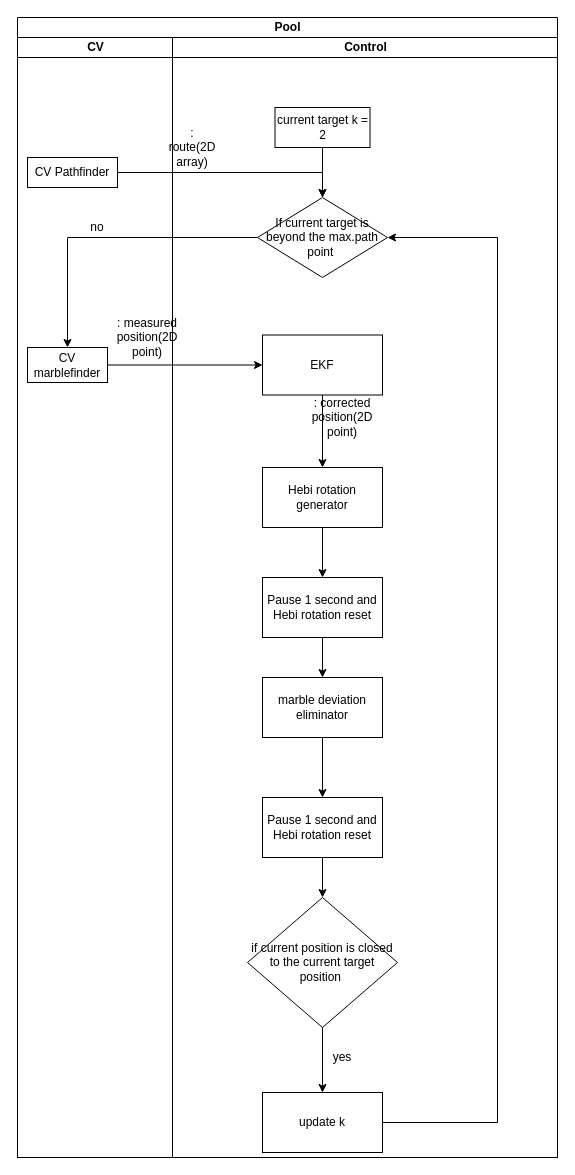
Above: projekt.drawio in linexc/HebiLabyrinthSolver (draw.io), before the change. Source tidied: cells renumbered, new cells numbered last; positions are measured from the earlier drawing's top-left corner, leaving out a move shared by most shapes. Both pictures are drawn from the tidied source at 100%, with x=0, y=0 at pixel (17, 17).
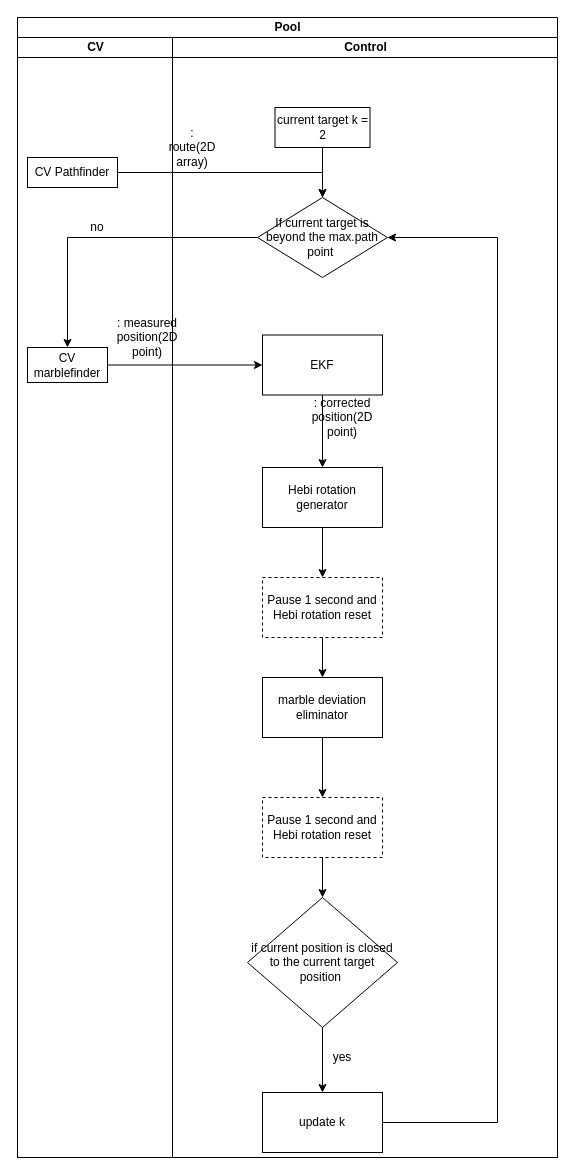
The same diagram, later.

Unchanged cells that the change refers to:
```xml
<mxCell id="8" value="Control" style="swimlane;html=1;startSize=20;" parent="2" vertex="1">
  <mxGeometry x="155" y="20" width="385" height="1120" as="geometry" />
</mxCell>
```

What changed in the source:
```diff
@@
-    <mxCell id="13" value="Pause 1 second and Hebi rotation reset" style="rounded=0;whiteSpace=wrap;html=1;" parent="8" vertex="1">
+    <mxCell id="13" value="Pause 1 second and Hebi rotation reset" style="rounded=0;whiteSpace=wrap;html=1;dashed=1;" parent="8" vertex="1">
       <mxGeometry x="90" y="760" width="120" height="60" as="geometry" />
     </mxCell>
-    <mxCell id="14" value="Pause 1 second and Hebi rotation reset" style="rounded=0;whiteSpace=wrap;html=1;" parent="8" vertex="1">
+    <mxCell id="14" value="Pause 1 second and Hebi rotation reset" style="rounded=0;whiteSpace=wrap;html=1;dashed=1;" parent="8" vertex="1">
       <mxGeometry x="90" y="540" width="120" height="60" as="geometry" />
     </mxCell>
```
